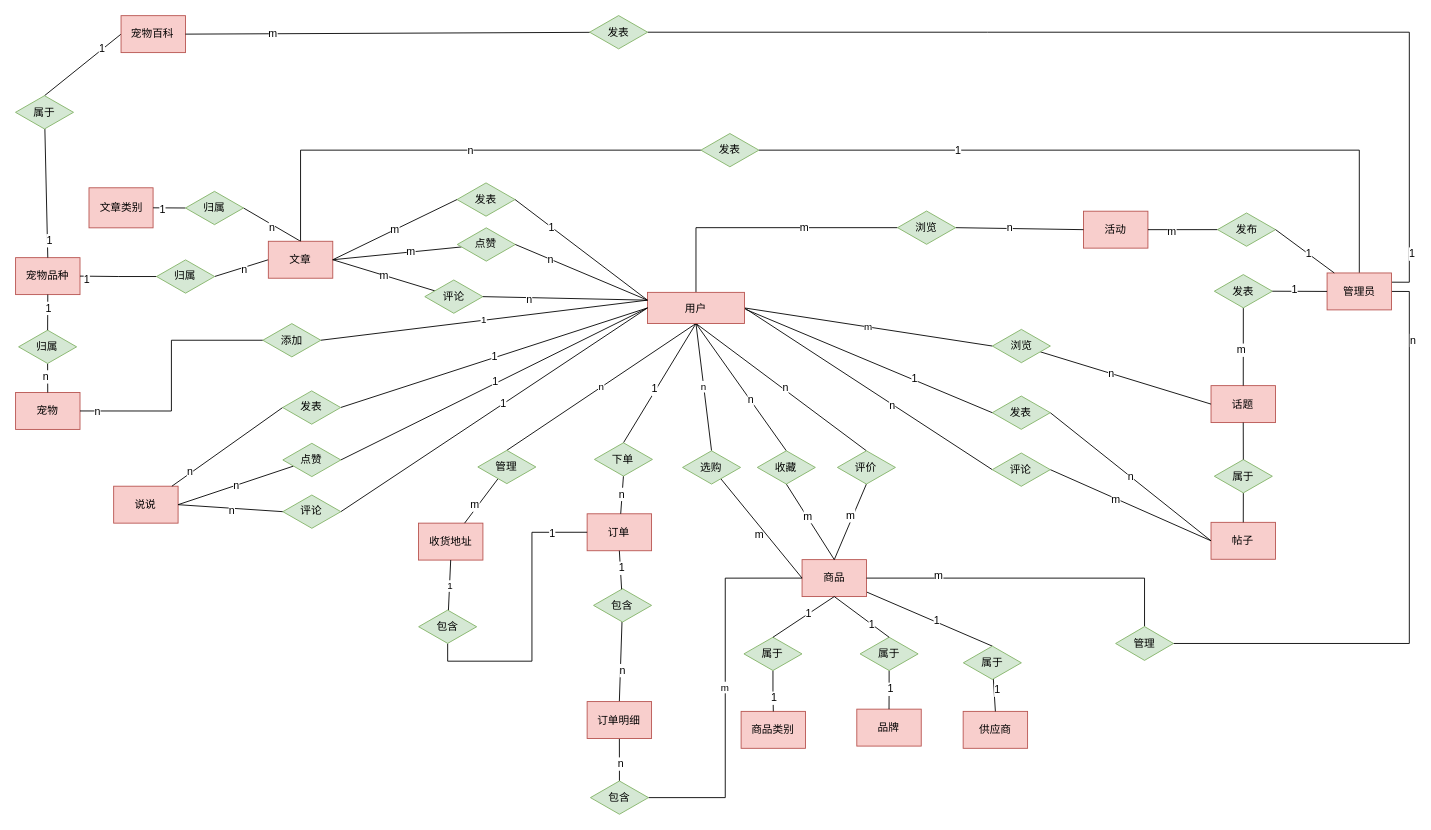
Earlier version of the draw.io diagram pet/ER/ER图总图.drawio (JMHello/draw). Source tidied: cells renumbered, new cells numbered last; positions are measured from the earlier drawing's top-left corner, leaving out a move shared by most shapes. Both pictures are drawn from the tidied source at 89%, with x=0, y=0 at pixel (15, 15).
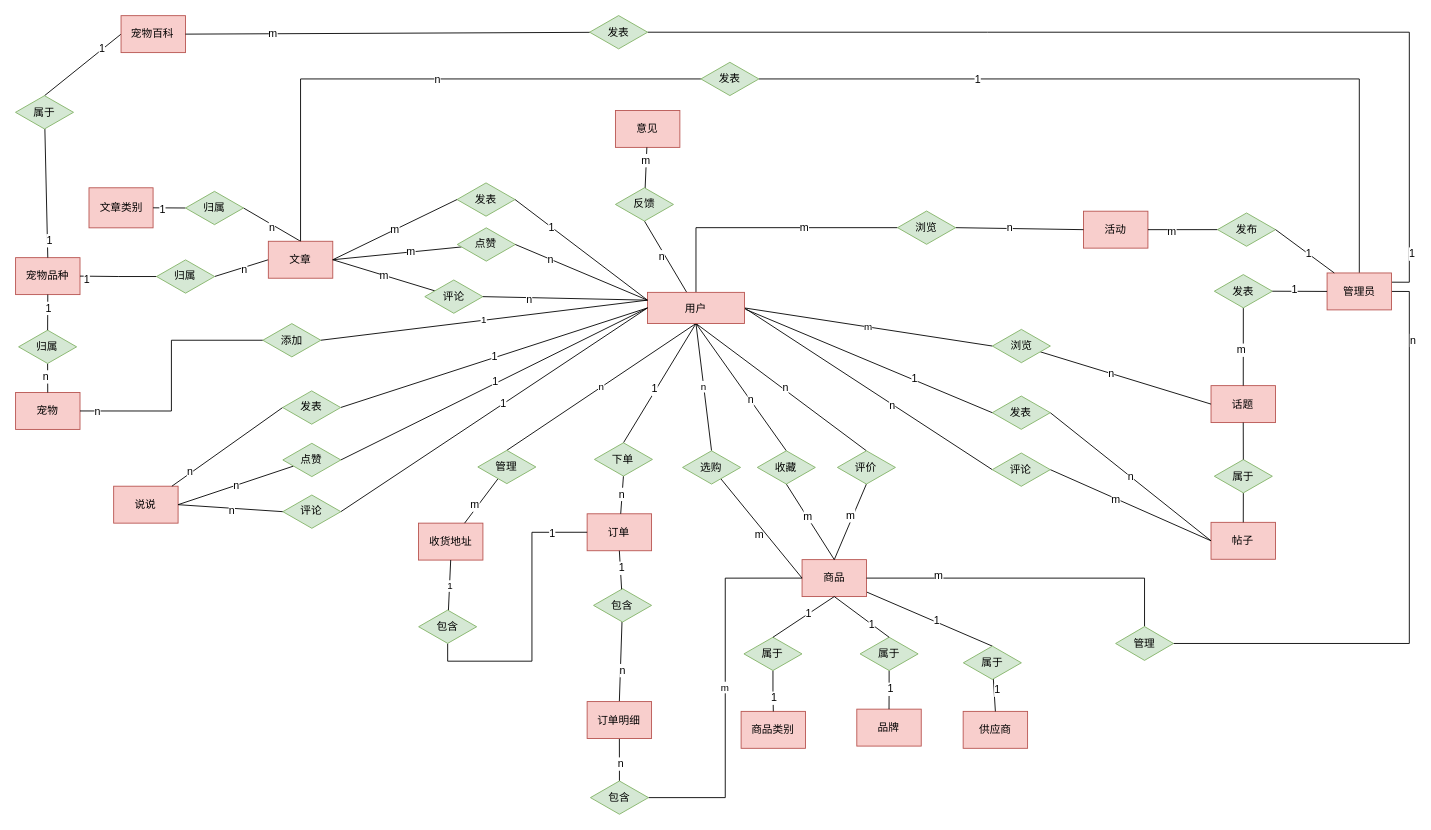
The same diagram, later.

The change refers to these unchanged cells:
```xml
<mxCell id="16" value="用户" style="rounded=0;whiteSpace=wrap;html=1;fillColor=#f8cecc;strokeColor=#b85450;fontSize=12;" parent="1" vertex="1">
  <mxGeometry x="710" y="311" width="109" height="35" as="geometry" />
</mxCell>
```

Change to the diagram source:
```diff
@@
+    <mxCell id="169" style="rounded=0;jettySize=auto;html=1;entryX=0.5;entryY=1;entryDx=0;entryDy=0;endArrow=none;endFill=0;" parent="1" edge="1" source="16" target="174">
+      <mxGeometry relative="1" as="geometry" />
+    </mxCell>
+    <mxCell id="170" value="n" style="text;html=1;align=center;verticalAlign=middle;labelBackgroundColor=#ffffff;" parent="169" vertex="1">
+      <mxGeometry x="0.08" y="4" relative="1" as="geometry" />
+    </mxCell>
@@
     <mxCell id="81" value="发表" style="rhombus;whiteSpace=wrap;html=1;fontSize=12;fillColor=#d5e8d4;strokeColor=#82b366;" parent="1" vertex="1">
-      <mxGeometry x="770" y="132.5" width="65.2" height="37.4" as="geometry" />
+      <mxGeometry x="770" y="52.5" width="65.2" height="37.4" as="geometry" />
     </mxCell>
@@
+    <mxCell id="171" value="意见" style="rounded=0;whiteSpace=wrap;html=1;fillColor=#f8cecc;strokeColor=#b85450;fontSize=12;" parent="1" vertex="1">
+      <mxGeometry x="674" y="106.6" width="72.4" height="41.5" as="geometry" />
+    </mxCell>
+    <mxCell id="172" style="edgeStyle=none;rounded=0;jettySize=auto;html=1;endArrow=none;endFill=0;" parent="1" edge="1" source="174" target="171">
+      <mxGeometry relative="1" as="geometry" />
+    </mxCell>
+    <mxCell id="173" value="m" style="text;html=1;align=center;verticalAlign=middle;labelBackgroundColor=#ffffff;" parent="172" vertex="1">
+      <mxGeometry x="0.35" y="1" relative="1" as="geometry" />
+    </mxCell>
+    <mxCell id="174" value="反馈" style="rhombus;whiteSpace=wrap;html=1;fontSize=12;fillColor=#d5e8d4;strokeColor=#82b366;" parent="1" vertex="1">
+      <mxGeometry x="674" y="193.5" width="65.2" height="37.4" as="geometry" />
+    </mxCell>
```
